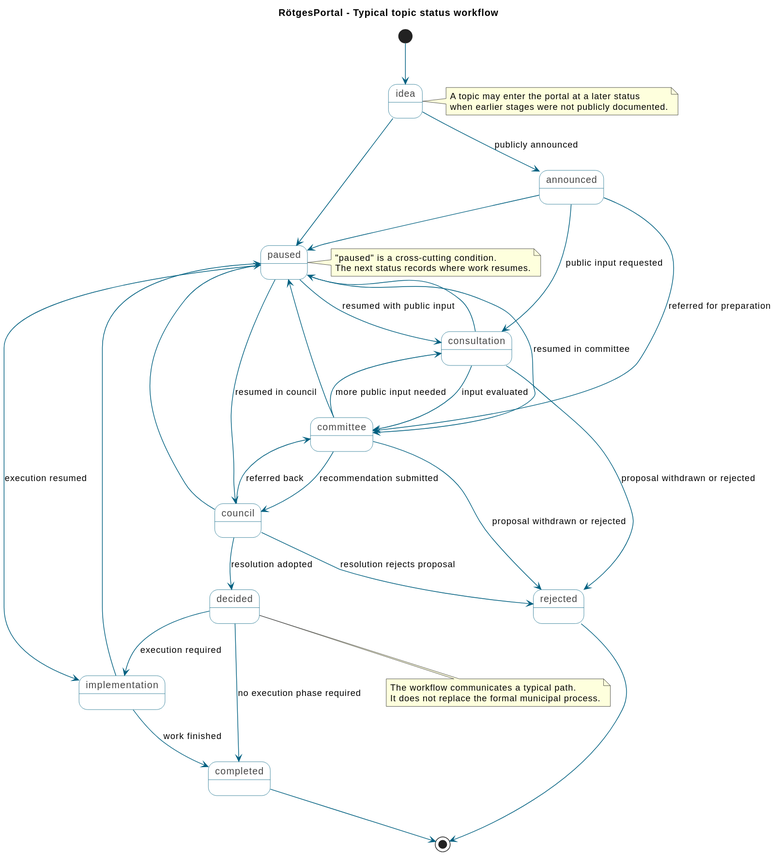
This is docs/architecture/topic-status-workflow.svg from codeWithDEI/RoetgesPortal, a PlantUML export, as it was before one commit.
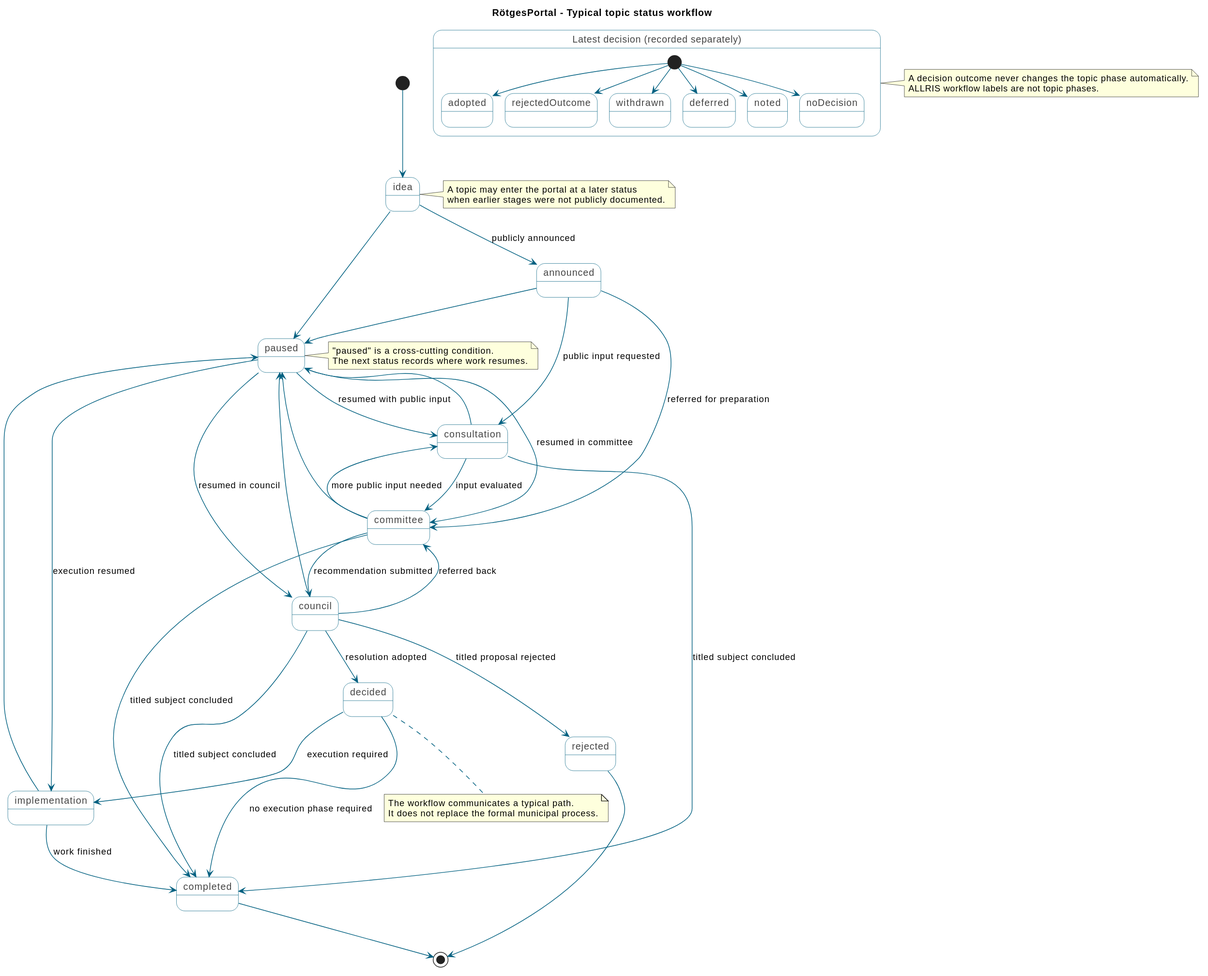
Above is the later version.

Change to the diagram source:
```diff
@@ -24,9 +24,19 @@
 committee --> consultation : more public input needed
 council --> committee : referred back
 
-consultation --> rejected : proposal withdrawn or rejected
-committee --> rejected : proposal withdrawn or rejected
-council --> rejected : resolution rejects proposal
+consultation --> completed : titled subject concluded
+committee --> completed : titled subject concluded
+council --> completed : titled subject concluded
+council --> rejected : titled proposal rejected
+
+state "Latest decision (recorded separately)" as decision {
+  [*] --> adopted
+  [*] --> rejectedOutcome
+  [*] --> withdrawn
+  [*] --> deferred
+  [*] --> noted
+  [*] --> noDecision
+}
 
 idea --> paused
 announced --> paused
@@ -56,4 +66,9 @@
   The workflow communicates a typical path.
   It does not replace the formal municipal process.
 end note
+
+note right of decision
+  A decision outcome never changes the topic phase automatically.
+  ALLRIS workflow labels are not topic phases.
+end note
 @enduml
```
